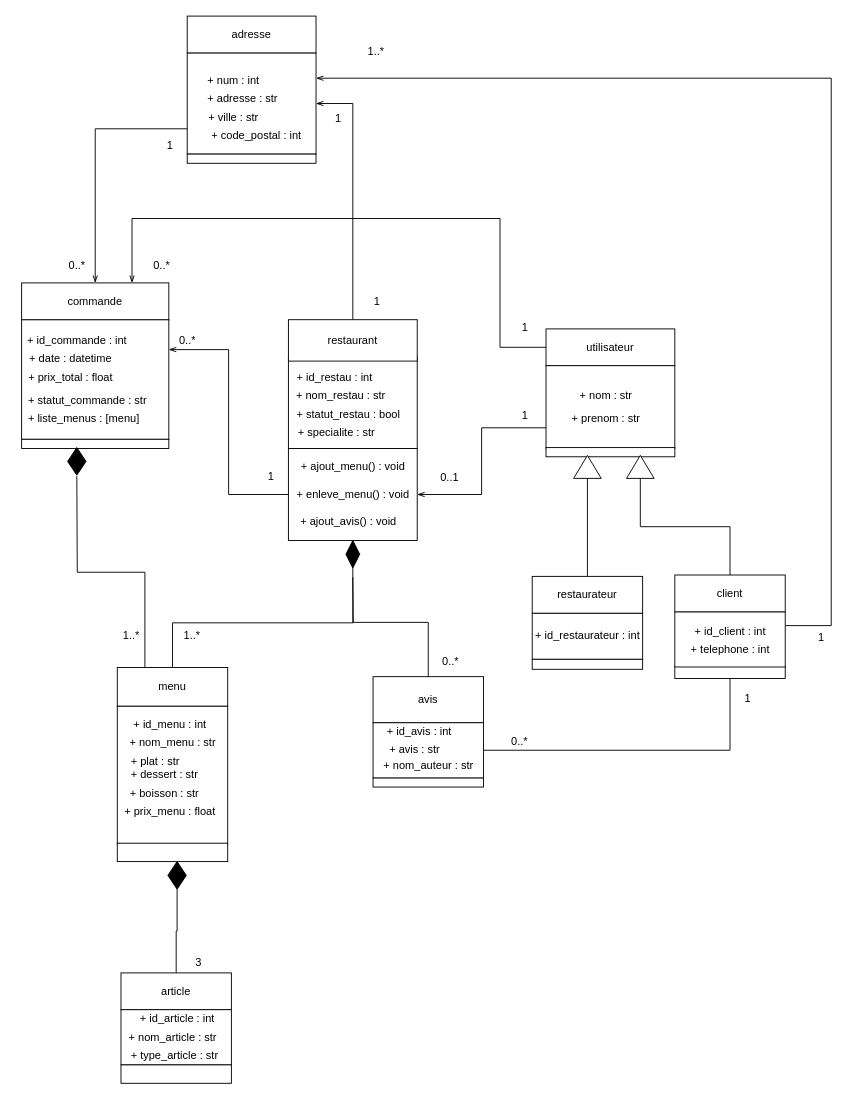
Earlier version of the draw.io diagram diagrammes/diagramme_de_classes.drawio (TheAIWizard/Ensaeats). Source tidied: cells renumbered, new cells numbered last; positions are measured from the earlier drawing's top-left corner, leaving out a move shared by most shapes. Both pictures are drawn from the tidied source at 92%, with x=0, y=0 at pixel (16, 16).
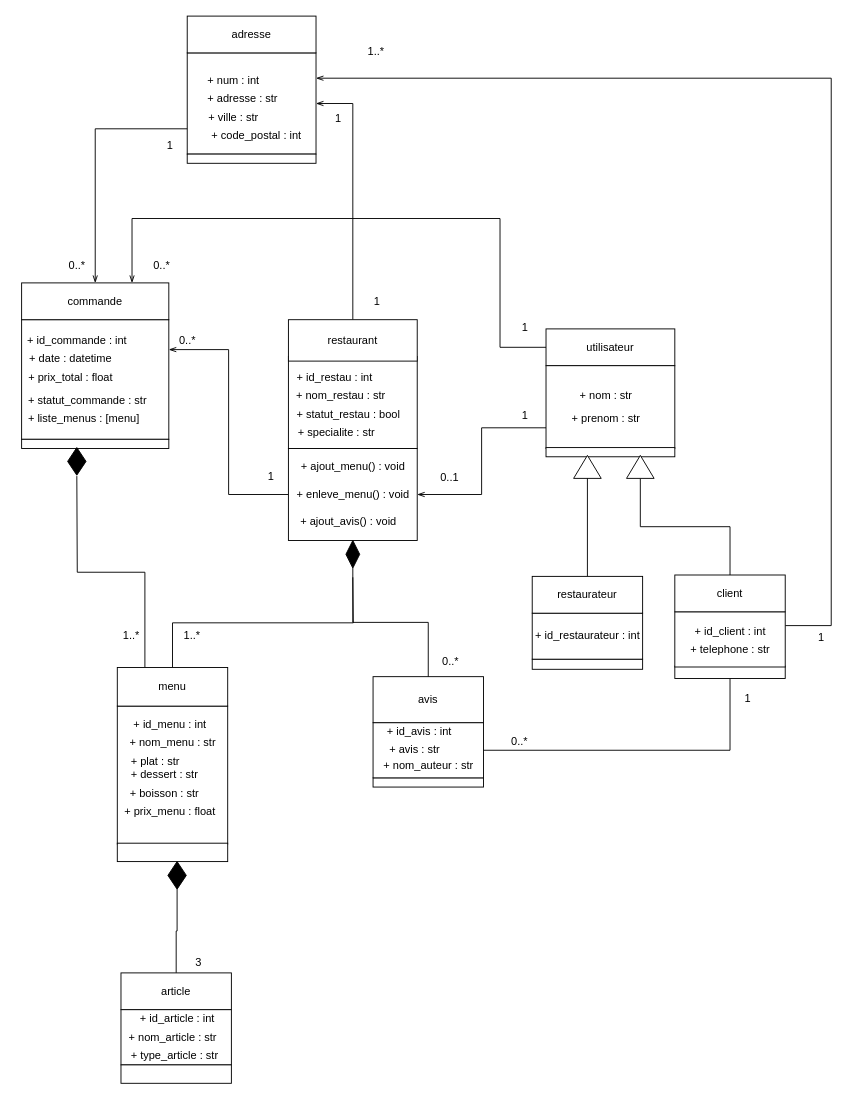
After the change.

Diff of the diagram source:
```diff
@@
-    <mxCell id="82" value="+ telephone : int" style="text;html=1;align=center;verticalAlign=middle;strokeColor=none;" parent="1" vertex="1">
+    <mxCell id="82" value="+ telephone : str" style="text;html=1;align=center;verticalAlign=middle;strokeColor=none;" parent="1" vertex="1">
       <mxGeometry x="726" y="679" width="100" height="20" as="geometry" />
     </mxCell>
```
